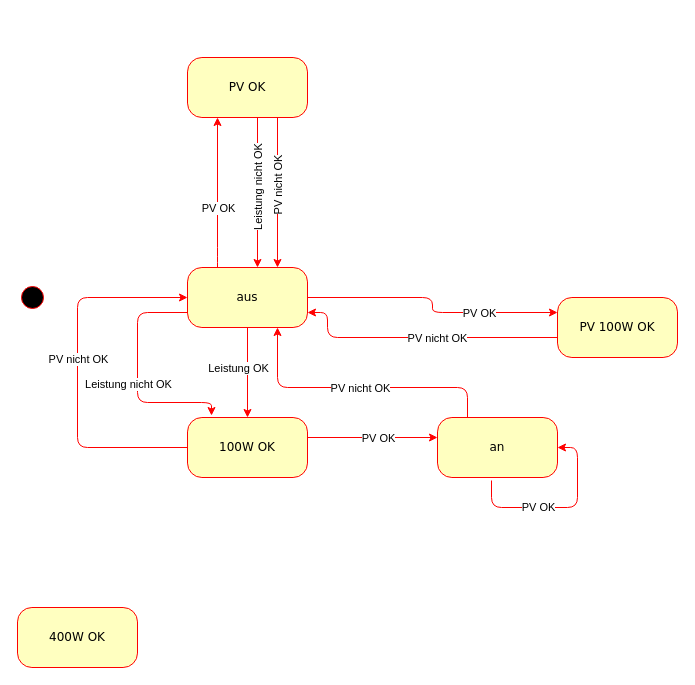
The draw.io diagram Bluetti-State.drawio in frickler24/diverses, before the edit. Source tidied: cells renumbered, new cells numbered last; positions are measured from the earlier drawing's top-left corner, leaving out a move shared by most shapes. Both pictures are drawn from the tidied source at 100%, with x=0, y=0 at pixel (17, 57).
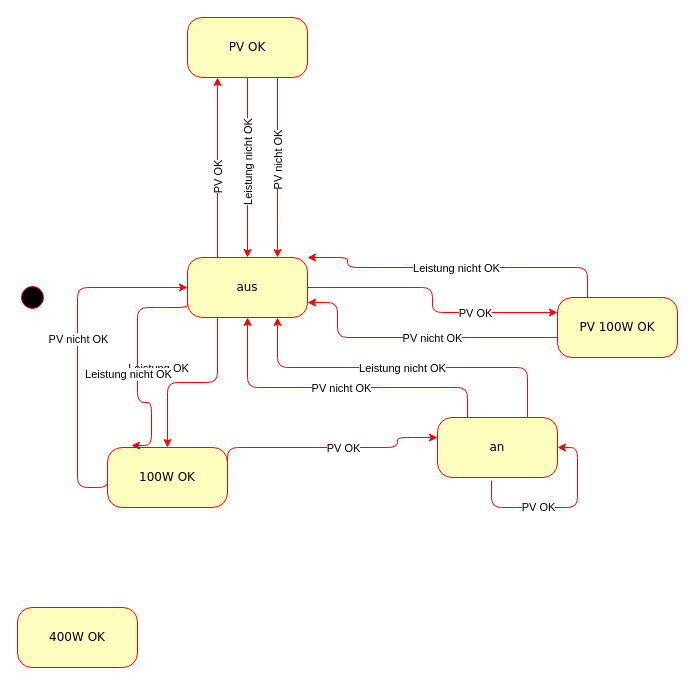
Above is the later version.

The change refers to these unchanged cells:
```xml
<mxCell id="6" value="PV 100W OK" style="rounded=1;whiteSpace=wrap;html=1;arcSize=24;fillColor=#ffffc0;strokeColor=#ff0000;shadow=0;comic=0;labelBackgroundColor=none;fontFamily=Verdana;fontSize=12;fontColor=#000000;align=center;" parent="1" vertex="1">
  <mxGeometry x="540" y="240" width="120" height="60" as="geometry" />
</mxCell>
<mxCell id="10" value="an" style="rounded=1;whiteSpace=wrap;html=1;arcSize=24;fillColor=#ffffc0;strokeColor=#ff0000;shadow=0;comic=0;labelBackgroundColor=none;fontFamily=Verdana;fontSize=12;fontColor=#000000;align=center;" parent="1" vertex="1">
  <mxGeometry x="420" y="360" width="120" height="60" as="geometry" />
</mxCell>
```

The edit, as a diff of the source:
```diff
@@
     <mxCell id="5" value="aus" style="rounded=1;whiteSpace=wrap;html=1;arcSize=24;fillColor=#ffffc0;strokeColor=#ff0000;shadow=0;comic=0;labelBackgroundColor=none;fontFamily=Verdana;fontSize=12;fontColor=#000000;align=center;" parent="1" vertex="1">
-      <mxGeometry x="170" y="210" width="120" height="60" as="geometry" />
+      <mxGeometry x="170" y="200" width="120" height="60" as="geometry" />
     </mxCell>
@@
     <mxCell id="7" value="100W OK" style="rounded=1;whiteSpace=wrap;html=1;arcSize=24;fillColor=#ffffc0;strokeColor=#ff0000;shadow=0;comic=0;labelBackgroundColor=none;fontFamily=Verdana;fontSize=12;fontColor=#000000;align=center;" parent="1" vertex="1">
-      <mxGeometry x="170" y="360" width="120" height="60" as="geometry" />
+      <mxGeometry x="90" y="390" width="120" height="60" as="geometry" />
     </mxCell>
-    <mxCell id="8" style="edgeStyle=orthogonalEdgeStyle;rounded=1;jettySize=auto;html=1;entryX=0.5;entryY=0;entryDx=0;entryDy=0;curved=0;strokeColor=#FF0000;exitX=0.5;exitY=1;exitDx=0;exitDy=0;" parent="1" edge="1" source="5" target="7">
+    <mxCell id="8" style="edgeStyle=orthogonalEdgeStyle;rounded=1;jettySize=auto;html=1;entryX=0.5;entryY=0;entryDx=0;entryDy=0;curved=0;strokeColor=#FF0000;exitX=0.25;exitY=1;exitDx=0;exitDy=0;" parent="1" edge="1" source="5" target="7">
       <mxGeometry relative="1" as="geometry" />
     </mxCell>
@@
     <mxCell id="12" value="PV OK" style="rounded=1;whiteSpace=wrap;html=1;arcSize=24;fillColor=#ffffc0;strokeColor=#ff0000;shadow=0;comic=0;labelBackgroundColor=none;fontFamily=Verdana;fontSize=12;fontColor=#000000;align=center;" parent="1" vertex="1">
-      <mxGeometry x="170" width="120" height="60" as="geometry" />
+      <mxGeometry x="170" y="-40" width="120" height="60" as="geometry" />
     </mxCell>
-    <mxCell id="13" style="edgeStyle=orthogonalEdgeStyle;rounded=1;orthogonalLoop=1;jettySize=auto;html=1;curved=0;strokeColor=#FF0000;exitX=0.5;exitY=0;exitDx=0;exitDy=0;entryX=0.5;entryY=1;entryDx=0;entryDy=0;" parent="1" edge="1">
-      <mxGeometry relative="1" as="geometry">
-        <mxPoint x="200" y="210" as="sourcePoint" />
-        <mxPoint x="200" y="60" as="targetPoint" />
-        <Array as="points">
-          <mxPoint x="200" y="200" />
-          <mxPoint x="200" y="200" />
-        </Array>
-      </mxGeometry>
+    <mxCell id="13" style="edgeStyle=orthogonalEdgeStyle;rounded=1;jettySize=auto;html=1;curved=0;strokeColor=#FF0000;exitX=0.25;exitY=0;exitDx=0;exitDy=0;snapToPoint=0;orthogonal=1;entryX=0.25;entryY=1;entryDx=0;entryDy=0;noJump=1;" parent="1" edge="1" source="5" target="12">
+      <mxGeometry relative="1" as="geometry" />
     </mxCell>
-    <mxCell id="14" value="PV OK" style="edgeLabel;html=1;align=center;verticalAlign=middle;" parent="13" vertex="1">
+    <mxCell id="14" value="PV OK" style="edgeLabel;html=1;align=center;verticalAlign=middle;rotation=-90;" parent="13" vertex="1">
       <mxGeometry x="0.25" relative="1" as="geometry">
         <mxPoint y="34" as="offset" />
       </mxGeometry>
     </mxCell>
@@
-    <mxCell id="17" style="edgeStyle=orthogonalEdgeStyle;rounded=1;orthogonalLoop=1;jettySize=auto;html=1;curved=0;strokeColor=#FF0000;exitX=1;exitY=0.5;exitDx=0;exitDy=0;entryX=0;entryY=0.5;entryDx=0;entryDy=0;" parent="1" edge="1">
+    <mxCell id="17" style="edgeStyle=orthogonalEdgeStyle;rounded=1;jettySize=auto;html=1;curved=0;strokeColor=#FF0000;exitX=1;exitY=0.5;exitDx=0;exitDy=0;entryX=0;entryY=0.5;entryDx=0;entryDy=0;" parent="1" edge="1" source="7">
       <mxGeometry relative="1" as="geometry">
-        <mxPoint x="290" y="380" as="sourcePoint" />
         <mxPoint x="420" y="380" as="targetPoint" />
+        <Array as="points">
+          <mxPoint x="380" y="390" />
+          <mxPoint x="380" y="380" />
+        </Array>
       </mxGeometry>
     </mxCell>
@@
     <mxCell id="19" style="edgeStyle=orthogonalEdgeStyle;rounded=1;jettySize=auto;html=1;curved=0;strokeColor=#FF0000;entryX=0;entryY=0.5;entryDx=0;entryDy=0;exitX=0;exitY=0.5;exitDx=0;exitDy=0;" parent="1" edge="1" source="7" target="5">
       <mxGeometry relative="1" as="geometry">
         <Array as="points">
-          <mxPoint x="60" y="390" />
-          <mxPoint x="60" y="240" />
+          <mxPoint x="60" y="430" />
+          <mxPoint x="60" y="230" />
         </Array>
       </mxGeometry>
     </mxCell>
@@
     <mxCell id="21" style="edgeStyle=orthogonalEdgeStyle;rounded=1;jettySize=auto;html=1;curved=0;strokeColor=#FF0000;entryX=0.75;entryY=0;entryDx=0;entryDy=0;exitX=0.75;exitY=1;exitDx=0;exitDy=0;" parent="1" edge="1" source="12" target="5">
       <mxGeometry relative="1" as="geometry">
         <Array as="points">
-          <mxPoint x="260" y="110" />
-          <mxPoint x="260" y="110" />
+          <mxPoint x="260" y="150" />
         </Array>
       </mxGeometry>
     </mxCell>
@@
-    <mxCell id="23" style="edgeStyle=orthogonalEdgeStyle;rounded=1;jettySize=auto;html=1;curved=0;strokeColor=#FF0000;exitX=0.25;exitY=0;exitDx=0;exitDy=0;entryX=0.75;entryY=1;entryDx=0;entryDy=0;" parent="1" edge="1" source="10" target="5">
+    <mxCell id="23" style="edgeStyle=orthogonalEdgeStyle;rounded=1;jettySize=auto;html=1;curved=0;strokeColor=#FF0000;exitX=0.25;exitY=0;exitDx=0;exitDy=0;entryX=0.5;entryY=1;entryDx=0;entryDy=0;" parent="1" edge="1" source="10" target="5">
       <mxGeometry relative="1" as="geometry">
         <Array as="points">
           <mxPoint x="450" y="330" />
-          <mxPoint x="260" y="330" />
+          <mxPoint x="230" y="330" />
         </Array>
       </mxGeometry>
     </mxCell>
@@
     <mxCell id="25" style="edgeStyle=orthogonalEdgeStyle;rounded=1;jettySize=auto;html=1;curved=0;strokeColor=#FF0000;exitX=0;exitY=0.75;exitDx=0;exitDy=0;entryX=1;entryY=0.75;entryDx=0;entryDy=0;" parent="1" edge="1" target="5">
       <mxGeometry relative="1" as="geometry">
         <mxPoint x="540" y="280" as="sourcePoint" />
         <Array as="points">
-          <mxPoint x="310" y="280" />
-          <mxPoint x="310" y="255" />
+          <mxPoint x="320" y="280" />
+          <mxPoint x="320" y="245" />
         </Array>
       </mxGeometry>
     </mxCell>
@@
-    <mxCell id="27" style="edgeStyle=orthogonalEdgeStyle;rounded=1;orthogonalLoop=1;jettySize=auto;html=1;curved=0;strokeColor=#FF0000;entryX=0.75;entryY=0;entryDx=0;entryDy=0;exitX=0.75;exitY=1;exitDx=0;exitDy=0;" parent="1" edge="1">
-      <mxGeometry relative="1" as="geometry">
-        <mxPoint x="240" y="60" as="sourcePoint" />
-        <mxPoint x="240" y="210" as="targetPoint" />
-        <Array as="points">
-          <mxPoint x="240" y="110" />
-          <mxPoint x="240" y="110" />
-        </Array>
-      </mxGeometry>
+    <mxCell id="27" style="edgeStyle=orthogonalEdgeStyle;rounded=1;jettySize=auto;html=1;curved=0;strokeColor=#FF0000;exitX=0.5;exitY=1;exitDx=0;exitDy=0;entryX=0.5;entryY=0;entryDx=0;entryDy=0;" parent="1" edge="1" source="12" target="5">
+      <mxGeometry relative="1" as="geometry" />
     </mxCell>
@@
     <mxCell id="29" style="edgeStyle=orthogonalEdgeStyle;rounded=1;jettySize=auto;html=1;curved=0;strokeColor=#FF0000;exitX=0;exitY=0.75;exitDx=0;exitDy=0;entryX=0.2;entryY=-0.033;entryDx=0;entryDy=0;entryPerimeter=0;" parent="1" edge="1" source="5" target="7">
       <mxGeometry relative="1" as="geometry">
         <Array as="points">
-          <mxPoint x="120" y="255" />
+          <mxPoint x="170" y="250" />
+          <mxPoint x="120" y="250" />
           <mxPoint x="120" y="345" />
-          <mxPoint x="194" y="345" />
+          <mxPoint x="134" y="345" />
         </Array>
       </mxGeometry>
     </mxCell>
@@
+    <mxCell id="31" style="edgeStyle=orthogonalEdgeStyle;rounded=1;jettySize=auto;html=1;curved=0;strokeColor=#FF0000;exitX=0.75;exitY=0;exitDx=0;exitDy=0;entryX=0.75;entryY=1;entryDx=0;entryDy=0;" parent="1" edge="1" source="10" target="5">
+      <mxGeometry relative="1" as="geometry">
+        <Array as="points">
+          <mxPoint x="510" y="310" />
+          <mxPoint x="260" y="310" />
+        </Array>
+      </mxGeometry>
+    </mxCell>
+    <mxCell id="32" value="Leistung nicht OK" style="edgeLabel;html=1;align=center;verticalAlign=middle;rotation=0;" parent="31" vertex="1">
+      <mxGeometry x="-0.05" relative="1" as="geometry">
+        <mxPoint x="-10" as="offset" />
+      </mxGeometry>
+    </mxCell>
+    <mxCell id="33" style="edgeStyle=orthogonalEdgeStyle;rounded=1;jettySize=auto;html=1;curved=0;strokeColor=#FF0000;exitX=0.25;exitY=0;exitDx=0;exitDy=0;entryX=1;entryY=0;entryDx=0;entryDy=0;" parent="1" edge="1" source="6" target="5">
+      <mxGeometry relative="1" as="geometry">
+        <Array as="points">
+          <mxPoint x="570" y="210" />
+          <mxPoint x="330" y="210" />
+          <mxPoint x="330" y="200" />
+        </Array>
+      </mxGeometry>
+    </mxCell>
+    <mxCell id="34" value="Leistung nicht OK" style="edgeLabel;html=1;align=center;verticalAlign=middle;rotation=0;" parent="33" vertex="1">
+      <mxGeometry x="-0.05" relative="1" as="geometry">
+        <mxPoint x="-10" as="offset" />
+      </mxGeometry>
+    </mxCell>
```
